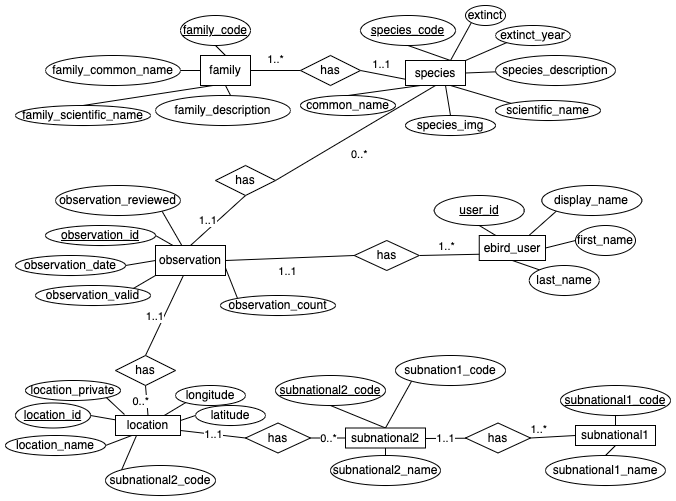
The draw.io diagram schema/ebird_schema_er.png in Select-Top-4/ebird-data-exploration, before a commit. Source tidied: cells renumbered, new cells last; positions are measured from the earlier drawing's top-left corner, leaving out a move shared by most shapes.
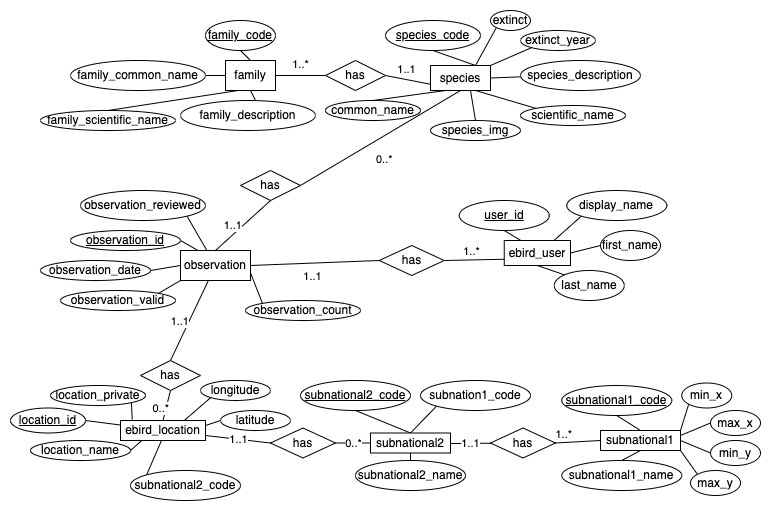
Above is the later version.

What changed in the source:
```diff
@@ -31,14 +31,14 @@
     <mxCell id="10" value="1..1" style="rounded=0;jettySize=auto;html=1;exitX=1;exitY=0.75;exitDx=0;exitDy=0;entryX=0;entryY=0.5;entryDx=0;entryDy=0;endArrow=none;endFill=0;" parent="1" edge="1" source="11" target="80">
       <mxGeometry relative="1" as="geometry" />
     </mxCell>
-    <mxCell id="11" value="location" style="whiteSpace=wrap;html=1;align=center;" parent="1" vertex="1">
-      <mxGeometry x="110" y="410" width="65" height="20" as="geometry" />
+    <mxCell id="11" value="ebird_location" style="whiteSpace=wrap;html=1;align=center;" parent="1" vertex="1">
+      <mxGeometry x="90" y="410" width="85" height="20" as="geometry" />
     </mxCell>
     <mxCell id="12" style="rounded=0;jettySize=auto;html=1;exitX=1;exitY=0.5;exitDx=0;exitDy=0;endArrow=none;endFill=0;" parent="1" edge="1" source="13" target="11">
       <mxGeometry relative="1" as="geometry" />
     </mxCell>
     <mxCell id="13" value="&lt;u&gt;location_id&lt;/u&gt;" style="ellipse;whiteSpace=wrap;html=1;align=center;" parent="1" vertex="1">
-      <mxGeometry x="10" y="397.5" width="75" height="25" as="geometry" />
+      <mxGeometry x="-20" y="397.5" width="75" height="25" as="geometry" />
     </mxCell>
     <mxCell id="14" style="rounded=0;jettySize=auto;html=1;exitX=1;exitY=0.5;exitDx=0;exitDy=0;entryX=0.25;entryY=1;entryDx=0;entryDy=0;endArrow=none;endFill=0;" parent="1" edge="1" source="15" target="11">
       <mxGeometry relative="1" as="geometry" />
@@ -84,7 +84,7 @@
       <mxGeometry relative="1" as="geometry" />
     </mxCell>
     <mxCell id="27" value="longitude" style="ellipse;whiteSpace=wrap;html=1;align=center;" parent="1" vertex="1">
-      <mxGeometry x="170" y="380" width="70" height="20" as="geometry" />
+      <mxGeometry x="170" y="370" width="70" height="20" as="geometry" />
     </mxCell>
     <mxCell id="28" style="rounded=0;jettySize=auto;html=1;exitX=0.5;exitY=1;exitDx=0;exitDy=0;entryX=0.75;entryY=0;entryDx=0;entryDy=0;endArrow=none;endFill=0;" parent="1" edge="1" source="29" target="5">
       <mxGeometry relative="1" as="geometry" />
@@ -137,10 +137,10 @@
       <mxGeometry relative="1" as="geometry" />
     </mxCell>
     <mxCell id="44" value="&lt;u&gt;subnational1_code&lt;/u&gt;" style="ellipse;whiteSpace=wrap;html=1;align=center;" parent="1" vertex="1">
-      <mxGeometry x="555" y="380" width="110" height="30" as="geometry" />
+      <mxGeometry x="531.2" y="375" width="110" height="30" as="geometry" />
     </mxCell>
     <mxCell id="45" value="subnational1_name" style="ellipse;whiteSpace=wrap;html=1;align=center;" parent="1" vertex="1">
-      <mxGeometry x="540" y="450" width="120" height="30" as="geometry" />
+      <mxGeometry x="531.2" y="450" width="120" height="30" as="geometry" />
     </mxCell>
     <mxCell id="46" style="rounded=0;jettySize=auto;html=1;exitX=1;exitY=0.5;exitDx=0;exitDy=0;entryX=0.25;entryY=0;entryDx=0;entryDy=0;endArrow=none;endFill=0;" parent="1" edge="1" source="47" target="20">
       <mxGeometry relative="1" as="geometry" />
@@ -252,6 +252,18 @@
     <mxCell id="81" style="rounded=0;jettySize=auto;html=1;exitX=0.5;exitY=1;exitDx=0;exitDy=0;entryX=0.5;entryY=0;entryDx=0;entryDy=0;endArrow=none;endFill=0;" parent="1" edge="1" source="82" target="45">
       <mxGeometry relative="1" as="geometry" />
     </mxCell>
+    <mxCell id="98" style="rounded=0;jettySize=auto;html=1;exitX=1;exitY=0;exitDx=0;exitDy=0;entryX=0;entryY=1;entryDx=0;entryDy=0;endArrow=none;endFill=0;" parent="1" edge="1" source="82" target="102">
+      <mxGeometry relative="1" as="geometry" />
+    </mxCell>
+    <mxCell id="99" style="rounded=0;jettySize=auto;html=1;exitX=1;exitY=0.25;exitDx=0;exitDy=0;entryX=0;entryY=0.5;entryDx=0;entryDy=0;endArrow=none;endFill=0;" parent="1" edge="1" source="82" target="103">
+      <mxGeometry relative="1" as="geometry" />
+    </mxCell>
+    <mxCell id="100" style="rounded=0;jettySize=auto;html=1;exitX=1;exitY=0.5;exitDx=0;exitDy=0;entryX=0;entryY=0.5;entryDx=0;entryDy=0;endArrow=none;endFill=0;" parent="1" edge="1" source="82" target="104">
+      <mxGeometry relative="1" as="geometry" />
+    </mxCell>
+    <mxCell id="101" style="rounded=0;jettySize=auto;html=1;exitX=1;exitY=1;exitDx=0;exitDy=0;entryX=0;entryY=0;entryDx=0;entryDy=0;endArrow=none;endFill=0;" parent="1" edge="1" source="82" target="105">
+      <mxGeometry relative="1" as="geometry" />
+    </mxCell>
     <mxCell id="82" value="subnational1" style="whiteSpace=wrap;html=1;align=center;" parent="1" vertex="1">
       <mxGeometry x="570" y="420" width="80" height="20" as="geometry" />
     </mxCell>
@@ -265,7 +277,7 @@
       <mxGeometry x="460" y="417.5" width="65" height="30" as="geometry" />
     </mxCell>
     <mxCell id="86" value="subnation1_code" style="ellipse;whiteSpace=wrap;html=1;align=center;" parent="1" vertex="1">
-      <mxGeometry x="390" y="350" width="110" height="30" as="geometry" />
+      <mxGeometry x="390" y="370" width="110" height="30" as="geometry" />
     </mxCell>
     <mxCell id="87" style="rounded=0;jettySize=auto;html=1;exitX=1;exitY=0.5;exitDx=0;exitDy=0;entryX=0;entryY=0.75;entryDx=0;entryDy=0;endArrow=none;endFill=0;" parent="1" edge="1" source="89" target="48">
       <mxGeometry relative="1" as="geometry" />
@@ -302,5 +314,17 @@
     <mxCell id="97" value="extinct_year" style="ellipse;whiteSpace=wrap;html=1;align=center;" parent="1" vertex="1">
       <mxGeometry x="490" y="20" width="75" height="20" as="geometry" />
     </mxCell>
+    <mxCell id="102" value="min_x" style="ellipse;whiteSpace=wrap;html=1;align=center;" parent="1" vertex="1">
+      <mxGeometry x="651.2" y="372.5" width="50" height="25" as="geometry" />
+    </mxCell>
+    <mxCell id="103" value="max_x" style="ellipse;whiteSpace=wrap;html=1;align=center;" parent="1" vertex="1">
+      <mxGeometry x="680" y="400" width="50" height="25" as="geometry" />
+    </mxCell>
+    <mxCell id="104" value="min_y" style="ellipse;whiteSpace=wrap;html=1;align=center;" parent="1" vertex="1">
+      <mxGeometry x="680" y="430" width="50" height="25" as="geometry" />
+    </mxCell>
+    <mxCell id="105" value="max_y" style="ellipse;whiteSpace=wrap;html=1;align=center;" parent="1" vertex="1">
+      <mxGeometry x="660" y="460" width="50" height="25" as="geometry" />
+    </mxCell>
   </root>
 </mxGraphModel>
```
